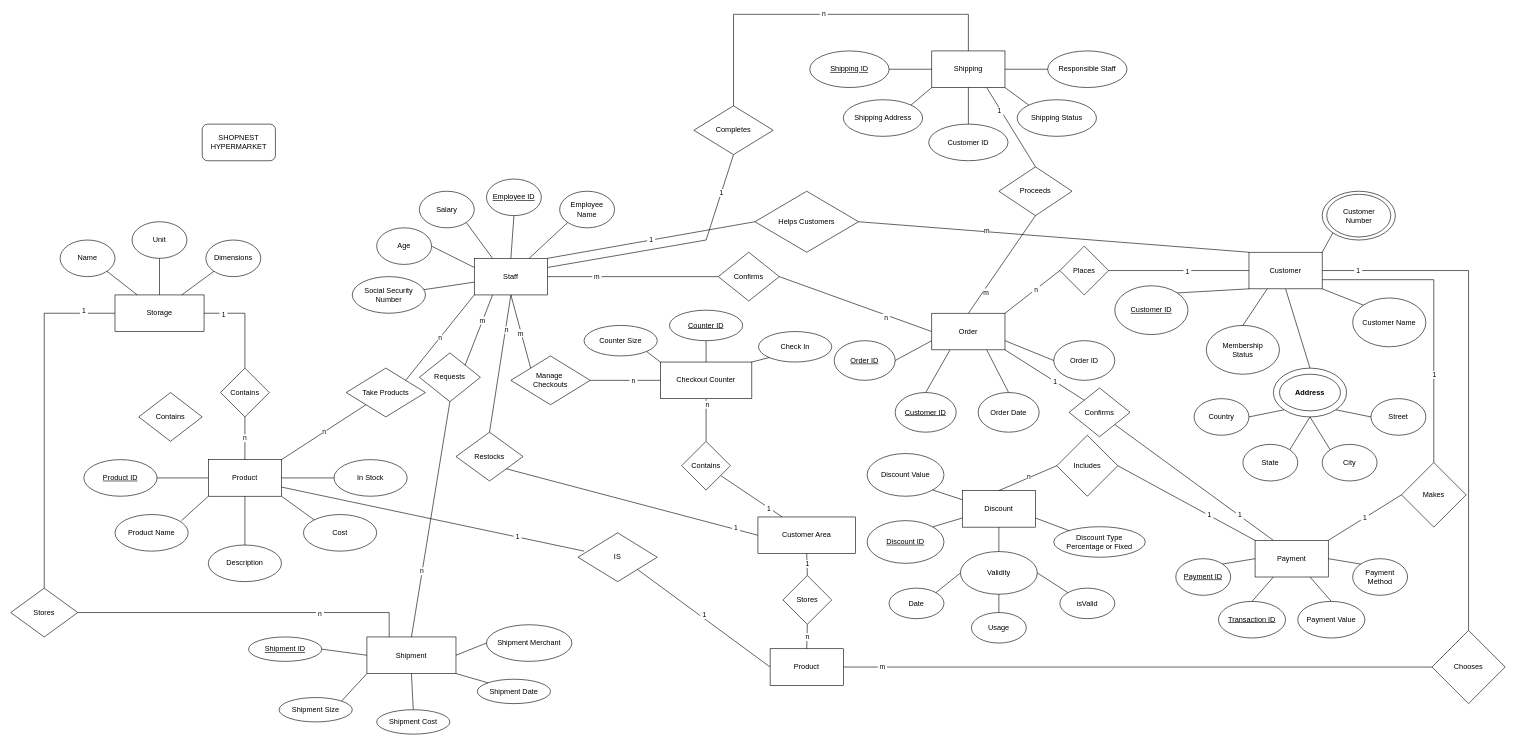
Earlier version of the draw.io diagram Untitled Diagram.drawio (abobymotaki/uncharted). Source tidied: cells renumbered, new cells numbered last; positions are measured from the earlier drawing's top-left corner, leaving out a move shared by most shapes. Both pictures are drawn from the tidied source at 61%, with x=0, y=0 at pixel (10, 14).
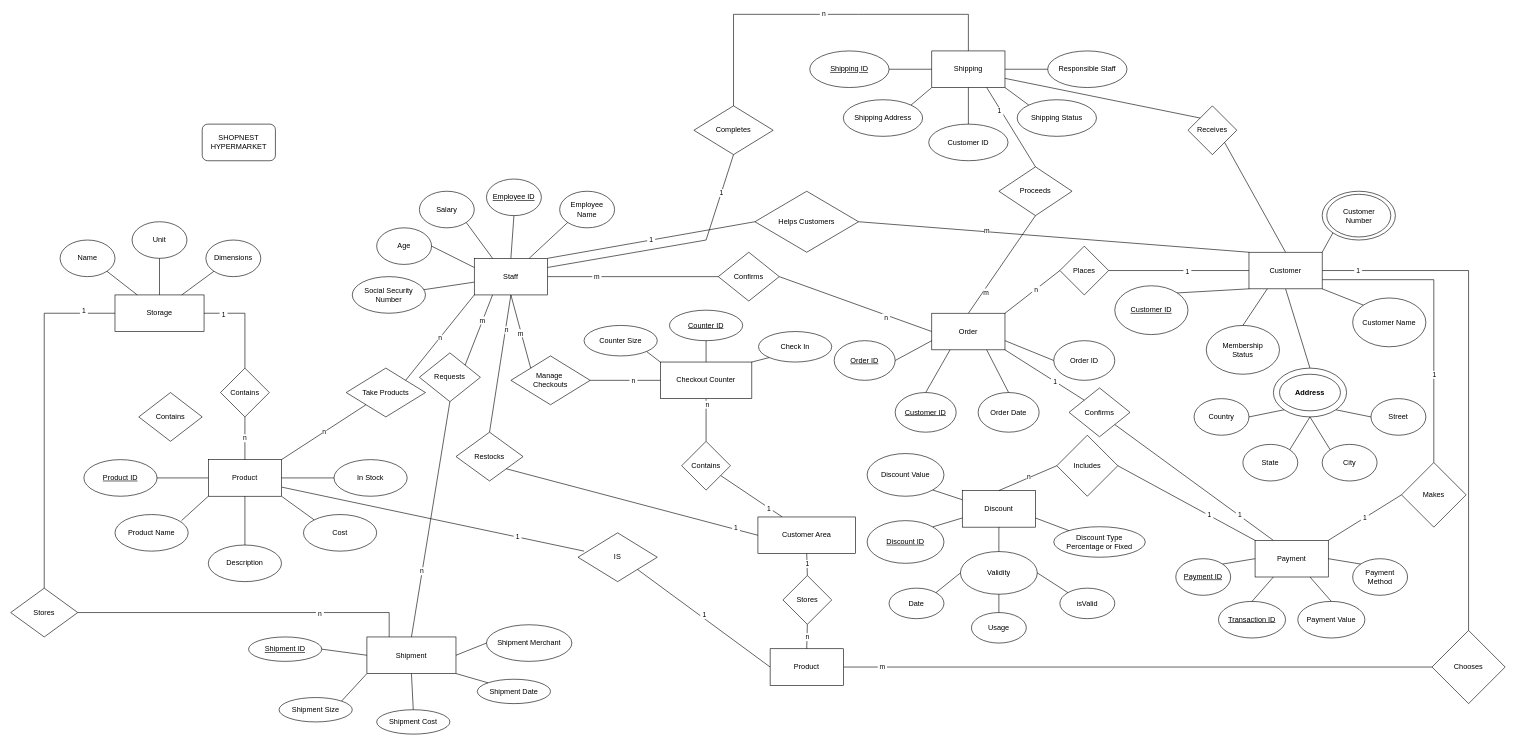
The same page after the edit.

Unchanged cells that the change refers to:
```xml
<mxCell id="142" value="Customer" style="rounded=0;whiteSpace=wrap;html=1;" parent="138" vertex="1">
  <mxGeometry x="220" y="100" width="120" height="60" as="geometry" />
</mxCell>
<mxCell id="165" value="Shipping" style="rounded=0;whiteSpace=wrap;html=1;" parent="164" vertex="1">
  <mxGeometry x="200" width="120" height="60" as="geometry" />
</mxCell>
```

What changed in the source:
```diff
@@
-    <mxCell id="178" style="group;" parent="1" vertex="1">
+    <mxCell id="178" style="group;fillColor=default;opacity=0;" parent="1" vertex="1">
       <mxGeometry x="1350" y="490" width="460" height="195" as="geometry" />
     </mxCell>
@@
+    <mxCell id="214" value="Receives" style="rhombus;whiteSpace=wrap;html=1;" parent="1" vertex="1">
+      <mxGeometry x="1930" y="150" width="80" height="80" as="geometry" />
+    </mxCell>
+    <mxCell id="215" style="endArrow=none;html=1;rounded=0;entryX=1;entryY=0.75;entryDx=0;entryDy=0;exitX=0;exitY=0;exitDx=0;exitDy=0;" parent="1" edge="1" source="214" target="165">
+      <mxGeometry relative="1" as="geometry" />
+    </mxCell>
+    <mxCell id="216" style="endArrow=none;html=1;rounded=0;entryX=1;entryY=1;entryDx=0;entryDy=0;exitX=0.5;exitY=0;exitDx=0;exitDy=0;" parent="1" edge="1" source="142" target="214">
+      <mxGeometry relative="1" as="geometry" />
+    </mxCell>
```
